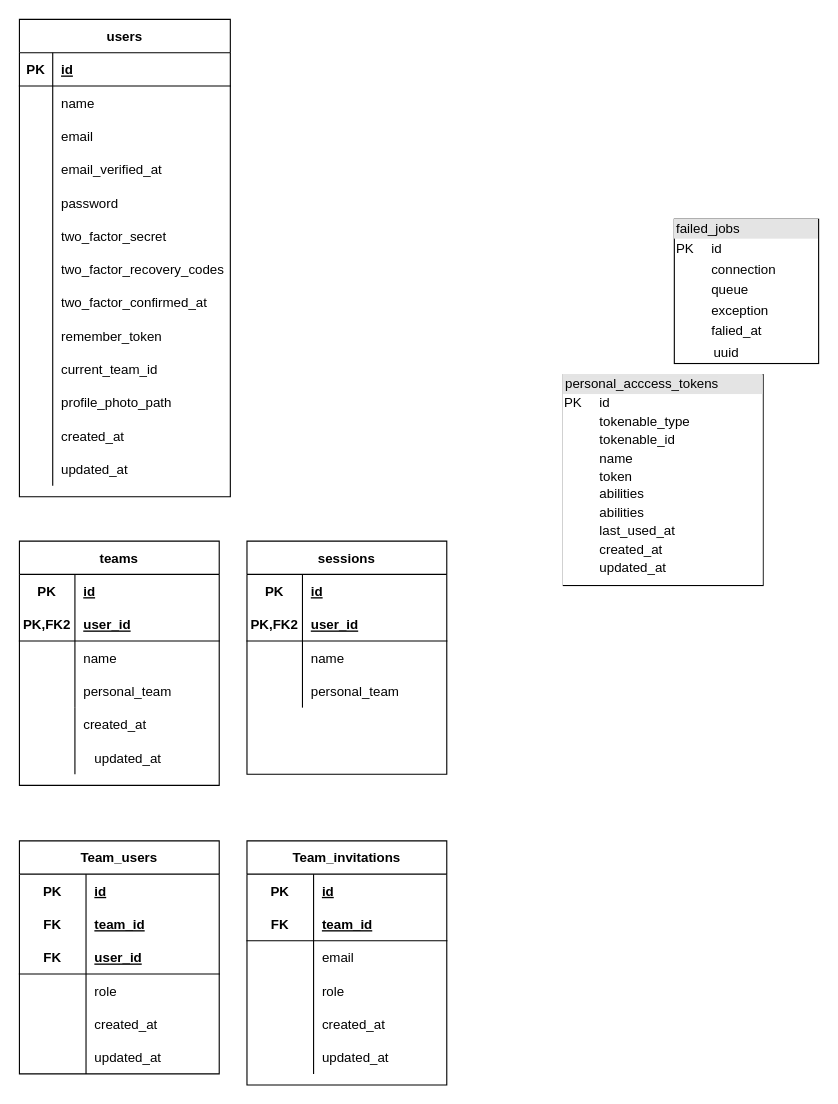
Earlier version of the draw.io diagram BD_MEMLA.drawio (harlock/Diagramas). Source tidied: cells renumbered, new cells numbered last; positions are measured from the earlier drawing's top-left corner, leaving out a move shared by most shapes. Both pictures are drawn from the tidied source at 111%, with x=0, y=0 at pixel (19, 19).
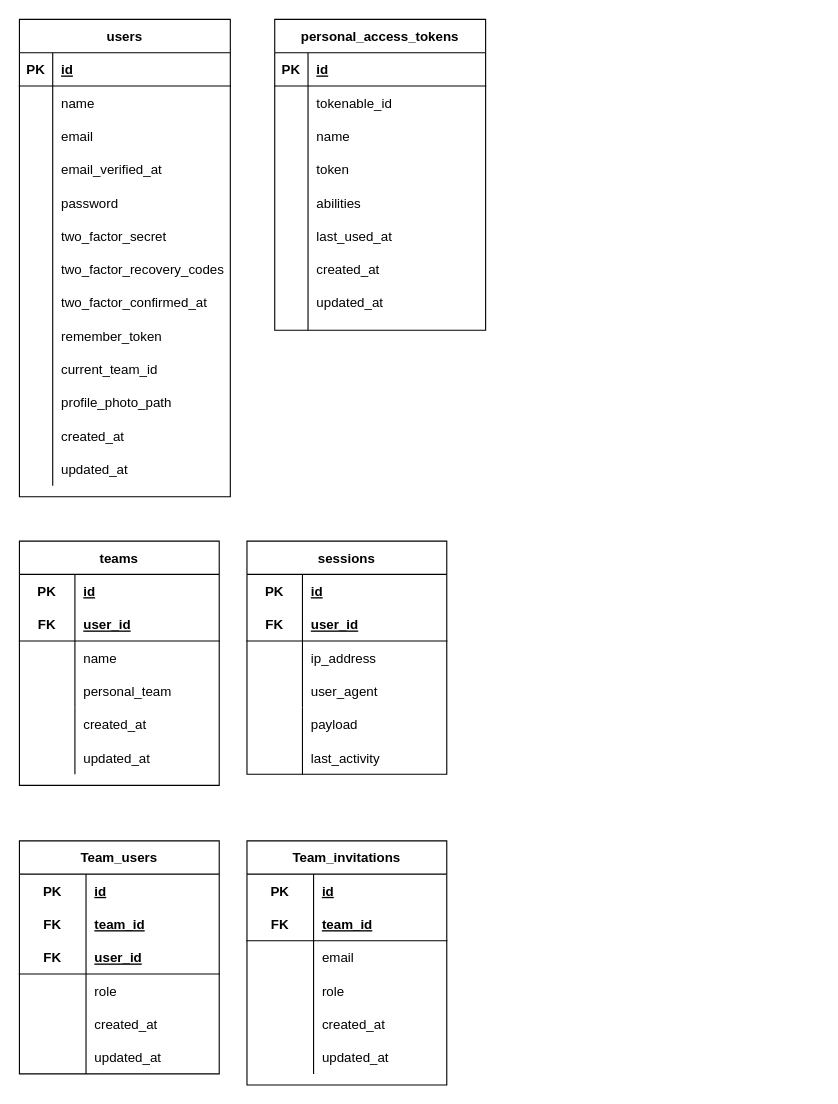
The same diagram, later.

Commit message:
Actualiazado por JD

Unchanged cells that the change refers to:
```xml
<mxCell id="31" style="shape=tableRow;horizontal=0;startSize=0;swimlaneHead=0;swimlaneBody=0;fillColor=none;top=0;left=0;right=0;bottom=1;" parent="27" vertex="1">
  <mxGeometry y="60" width="180" height="30" as="geometry" />
</mxCell>
<mxCell id="46" style="shape=tableRow;horizontal=0;startSize=0;swimlaneHead=0;swimlaneBody=0;fillColor=none;top=0;left=0;right=0;bottom=1;" parent="42" vertex="1">
  <mxGeometry y="60" width="180" height="30" as="geometry" />
</mxCell>
<mxCell id="49" style="shape=tableRow;horizontal=0;startSize=0;swimlaneHead=0;swimlaneBody=0;fillColor=none;top=0;left=0;right=0;bottom=0;" parent="42" vertex="1">
  <mxGeometry y="90" width="180" height="30" as="geometry" />
</mxCell>
<mxCell id="52" style="shape=tableRow;horizontal=0;startSize=0;swimlaneHead=0;swimlaneBody=0;fillColor=none;top=0;left=0;right=0;bottom=0;" parent="42" vertex="1">
  <mxGeometry y="120" width="180" height="30" as="geometry" />
</mxCell>
```

What changed in the source:
```diff
@@
-    <mxCell id="2" value="&lt;div style=&quot;box-sizing:border-box;width:100%;background:#e4e4e4;padding:2px;&quot;&gt;failed_jobs&lt;/div&gt;&lt;table style=&quot;width:100%;font-size:1em;&quot; cellspacing=&quot;0&quot; cellpadding=&quot;2&quot;&gt;&lt;tbody&gt;&lt;tr&gt;&lt;td&gt;PK&lt;/td&gt;&lt;td&gt;id&lt;br&gt;&lt;/td&gt;&lt;/tr&gt;&lt;tr&gt;&lt;td&gt;&lt;br&gt;&lt;/td&gt;&lt;td&gt;connection&lt;/td&gt;&lt;/tr&gt;&lt;tr&gt;&lt;td&gt;&lt;br&gt;&lt;/td&gt;&lt;td&gt;queue&lt;/td&gt;&lt;/tr&gt;&lt;tr&gt;&lt;td&gt;&lt;br&gt;&lt;/td&gt;&lt;td&gt;exception&lt;br&gt;&lt;/td&gt;&lt;/tr&gt;&lt;tr&gt;&lt;td&gt;&lt;br&gt;&lt;/td&gt;&lt;td&gt;falied_at&lt;br&gt;&lt;/td&gt;&lt;/tr&gt;&lt;tr&gt;&lt;td&gt;&lt;br&gt;&lt;/td&gt;&lt;td&gt;&lt;table cellspacing=&quot;0&quot; cellpadding=&quot;2&quot;&gt;&lt;tbody&gt;&lt;tr&gt;&lt;td&gt;uuid&lt;/td&gt;&lt;/tr&gt;&lt;/tbody&gt;&lt;/table&gt;&lt;/td&gt;&lt;/tr&gt;&lt;/tbody&gt;&lt;/table&gt;" style="verticalAlign=top;align=left;overflow=fill;html=1;" parent="1" vertex="1">
-      <mxGeometry x="590" y="180" width="130" height="130" as="geometry" />
-    </mxCell>
-    <mxCell id="3" value="&lt;div style=&quot;box-sizing:border-box;width:100%;background:#e4e4e4;padding:2px;&quot;&gt;&lt;span style=&quot;background-color: rgb(228, 228, 228);&quot;&gt;personal_acccess_tokens&lt;/span&gt;&lt;/div&gt;&lt;table style=&quot;width:100%;font-size:1em;&quot; cellspacing=&quot;0&quot;&gt;&lt;tbody&gt;&lt;tr&gt;&lt;td&gt;PK&lt;/td&gt;&lt;td&gt;id&lt;/td&gt;&lt;/tr&gt;&lt;tr&gt;&lt;td&gt;&lt;br&gt;&lt;/td&gt;&lt;td&gt;tokenable_type&lt;/td&gt;&lt;/tr&gt;&lt;tr&gt;&lt;td&gt;&lt;br&gt;&lt;/td&gt;&lt;td&gt;tokenable_id&lt;/td&gt;&lt;/tr&gt;&lt;tr&gt;&lt;td&gt;&lt;br&gt;&lt;/td&gt;&lt;td&gt;name&lt;br&gt;&lt;/td&gt;&lt;/tr&gt;&lt;tr&gt;&lt;td&gt;&lt;br&gt;&lt;/td&gt;&lt;td&gt;token&lt;br&gt;&lt;/td&gt;&lt;/tr&gt;&lt;tr&gt;&lt;td&gt;&lt;br&gt;&lt;/td&gt;&lt;td&gt;abilities&lt;br&gt;&lt;/td&gt;&lt;/tr&gt;&lt;tr&gt;&lt;td&gt;&lt;br&gt;&lt;/td&gt;&lt;td&gt;abilities&lt;br&gt;&lt;/td&gt;&lt;/tr&gt;&lt;tr&gt;&lt;td&gt;&lt;br&gt;&lt;/td&gt;&lt;td&gt;last_used_at&lt;br&gt;&lt;/td&gt;&lt;/tr&gt;&lt;tr&gt;&lt;td&gt;&lt;br&gt;&lt;/td&gt;&lt;td&gt;created_at&lt;br&gt;&lt;/td&gt;&lt;/tr&gt;&lt;tr&gt;&lt;td&gt;&lt;br&gt;&lt;/td&gt;&lt;td&gt;updated_at&lt;br&gt;&lt;/td&gt;&lt;/tr&gt;&lt;/tbody&gt;&lt;/table&gt;" style="verticalAlign=top;align=left;overflow=fill;html=1;labelBackgroundColor=default;fillStyle=auto;" parent="1" vertex="1">
-      <mxGeometry x="490" y="320" width="180" height="190" as="geometry" />
-    </mxCell>
@@
-    <mxCell id="32" value="PK,FK2" style="shape=partialRectangle;fillColor=none;top=0;left=0;bottom=0;right=0;fontStyle=1;overflow=hidden;" parent="31" vertex="1">
+    <mxCell id="32" value="FK" style="shape=partialRectangle;fillColor=none;top=0;left=0;bottom=0;right=0;fontStyle=1;overflow=hidden;" parent="31" vertex="1">
       <mxGeometry width="50" height="30" as="geometry" />
     </mxCell>
@@
     <mxCell id="41" value="updated_at" style="shape=partialRectangle;fillColor=none;top=0;left=0;bottom=0;right=0;align=left;spacingLeft=6;overflow=hidden;" parent="1" vertex="1">
-      <mxGeometry x="60" y="650" width="130" height="30" as="geometry" />
+      <mxGeometry x="50" y="650" width="130" height="30" as="geometry" />
     </mxCell>
@@
-    <mxCell id="47" value="PK,FK2" style="shape=partialRectangle;fillColor=none;top=0;left=0;bottom=0;right=0;fontStyle=1;overflow=hidden;" parent="46" vertex="1">
+    <mxCell id="47" value="FK" style="shape=partialRectangle;fillColor=none;top=0;left=0;bottom=0;right=0;fontStyle=1;overflow=hidden;" parent="46" vertex="1">
       <mxGeometry width="50" height="30" as="geometry" />
     </mxCell>
@@
-    <mxCell id="51" value="name" style="shape=partialRectangle;fillColor=none;top=0;left=0;bottom=0;right=0;align=left;spacingLeft=6;overflow=hidden;" parent="49" vertex="1">
+    <mxCell id="51" value="ip_address" style="shape=partialRectangle;fillColor=none;top=0;left=0;bottom=0;right=0;align=left;spacingLeft=6;overflow=hidden;" parent="49" vertex="1">
       <mxGeometry x="50" width="130" height="30" as="geometry" />
     </mxCell>
@@
-    <mxCell id="54" value="personal_team" style="shape=partialRectangle;fillColor=none;top=0;left=0;bottom=0;right=0;align=left;spacingLeft=6;overflow=hidden;" parent="52" vertex="1">
+    <mxCell id="54" value="user_agent" style="shape=partialRectangle;fillColor=none;top=0;left=0;bottom=0;right=0;align=left;spacingLeft=6;overflow=hidden;" parent="52" vertex="1">
       <mxGeometry x="50" width="130" height="30" as="geometry" />
     </mxCell>
@@
+    <mxCell id="94" style="line;strokeWidth=1;dashed=0;labelPosition=right;align=left;verticalAlign=middle;spacingTop=0;spacingLeft=6;direction=south;" parent="1" vertex="1">
+      <mxGeometry x="240" y="620" width="30" height="60" as="geometry" />
+    </mxCell>
+    <mxCell id="95" value="payload" style="shape=partialRectangle;fillColor=none;top=0;left=0;bottom=0;right=0;align=left;spacingLeft=6;overflow=hidden;" parent="1" vertex="1">
+      <mxGeometry x="255" y="620" width="130" height="30" as="geometry" />
+    </mxCell>
+    <mxCell id="96" value="last_activity" style="shape=partialRectangle;fillColor=none;top=0;left=0;bottom=0;right=0;align=left;spacingLeft=6;overflow=hidden;" parent="1" vertex="1">
+      <mxGeometry x="255" y="650" width="130" height="30" as="geometry" />
+    </mxCell>
+    <mxCell id="97" value="personal_access_tokens" style="shape=table;startSize=30;childLayout=tableLayout;rowLines=0;fontStyle=1;align=center;" parent="1" vertex="1">
+      <mxGeometry x="230" width="190" height="280" as="geometry" />
+    </mxCell>
+    <mxCell id="98" style="shape=tableRow;horizontal=0;startSize=0;swimlaneHead=0;swimlaneBody=0;fillColor=none;top=0;left=0;right=0;bottom=1;" parent="97" vertex="1">
+      <mxGeometry y="30" width="190" height="30" as="geometry" />
+    </mxCell>
+    <mxCell id="99" value="PK" style="shape=partialRectangle;fillColor=none;top=0;left=0;bottom=0;right=0;fontStyle=1;overflow=hidden;" parent="98" vertex="1">
+      <mxGeometry width="30" height="30" as="geometry" />
+    </mxCell>
+    <mxCell id="100" value="id" style="shape=partialRectangle;fillColor=none;top=0;left=0;bottom=0;right=0;align=left;spacingLeft=6;fontStyle=5;overflow=hidden;" parent="98" vertex="1">
+      <mxGeometry x="30" width="160" height="30" as="geometry" />
+    </mxCell>
+    <mxCell id="101" style="shape=tableRow;horizontal=0;startSize=0;swimlaneHead=0;swimlaneBody=0;fillColor=none;top=0;left=0;right=0;bottom=0;" parent="97" vertex="1">
+      <mxGeometry y="60" width="190" height="30" as="geometry" />
+    </mxCell>
+    <mxCell id="102" style="shape=partialRectangle;fillColor=none;top=0;left=0;bottom=0;right=0;overflow=hidden;" parent="101" vertex="1">
+      <mxGeometry width="30" height="30" as="geometry" />
+    </mxCell>
+    <mxCell id="103" value="tokenable_id" style="shape=partialRectangle;fillColor=none;top=0;left=0;bottom=0;right=0;align=left;spacingLeft=6;overflow=hidden;" parent="101" vertex="1">
+      <mxGeometry x="30" width="160" height="30" as="geometry" />
+    </mxCell>
+    <mxCell id="104" style="shape=tableRow;horizontal=0;startSize=0;swimlaneHead=0;swimlaneBody=0;fillColor=none;top=0;left=0;right=0;bottom=0;" parent="97" vertex="1">
+      <mxGeometry y="90" width="190" height="30" as="geometry" />
+    </mxCell>
+    <mxCell id="105" style="shape=partialRectangle;fillColor=none;top=0;left=0;bottom=0;right=0;overflow=hidden;" parent="104" vertex="1">
+      <mxGeometry width="30" height="30" as="geometry" />
+    </mxCell>
+    <mxCell id="106" value="name" style="shape=partialRectangle;fillColor=none;top=0;left=0;bottom=0;right=0;align=left;spacingLeft=6;overflow=hidden;" parent="104" vertex="1">
+      <mxGeometry x="30" width="160" height="30" as="geometry" />
+    </mxCell>
+    <mxCell id="107" style="shape=tableRow;horizontal=0;startSize=0;swimlaneHead=0;swimlaneBody=0;fillColor=none;top=0;left=0;right=0;bottom=0;" parent="97" vertex="1">
+      <mxGeometry y="120" width="190" height="30" as="geometry" />
+    </mxCell>
+    <mxCell id="108" style="shape=partialRectangle;fillColor=none;top=0;left=0;bottom=0;right=0;overflow=hidden;" parent="107" vertex="1">
+      <mxGeometry width="30" height="30" as="geometry" />
+    </mxCell>
+    <mxCell id="109" value="token" style="shape=partialRectangle;fillColor=none;top=0;left=0;bottom=0;right=0;align=left;spacingLeft=6;overflow=hidden;" parent="107" vertex="1">
+      <mxGeometry x="30" width="160" height="30" as="geometry" />
+    </mxCell>
+    <mxCell id="110" style="line;strokeWidth=1;dashed=0;labelPosition=right;align=left;verticalAlign=middle;spacingTop=0;spacingLeft=6;direction=south;" parent="1" vertex="1">
+      <mxGeometry x="250" y="150" width="20" height="130" as="geometry" />
+    </mxCell>
+    <mxCell id="111" value="abilities" style="shape=partialRectangle;fillColor=none;top=0;left=0;bottom=0;right=0;align=left;spacingLeft=6;overflow=hidden;" parent="1" vertex="1">
+      <mxGeometry x="260" y="150" width="160" height="30" as="geometry" />
+    </mxCell>
+    <mxCell id="112" value="last_used_at" style="shape=partialRectangle;fillColor=none;top=0;left=0;bottom=0;right=0;align=left;spacingLeft=6;overflow=hidden;" parent="1" vertex="1">
+      <mxGeometry x="260" y="180" width="160" height="30" as="geometry" />
+    </mxCell>
+    <mxCell id="113" value="created_at" style="shape=partialRectangle;fillColor=none;top=0;left=0;bottom=0;right=0;align=left;spacingLeft=6;overflow=hidden;" parent="1" vertex="1">
+      <mxGeometry x="260" y="210" width="160" height="30" as="geometry" />
+    </mxCell>
+    <mxCell id="114" value="updated_at" style="shape=partialRectangle;fillColor=none;top=0;left=0;bottom=0;right=0;align=left;spacingLeft=6;overflow=hidden;" parent="1" vertex="1">
+      <mxGeometry x="260" y="240" width="160" height="30" as="geometry" />
+    </mxCell>
```
